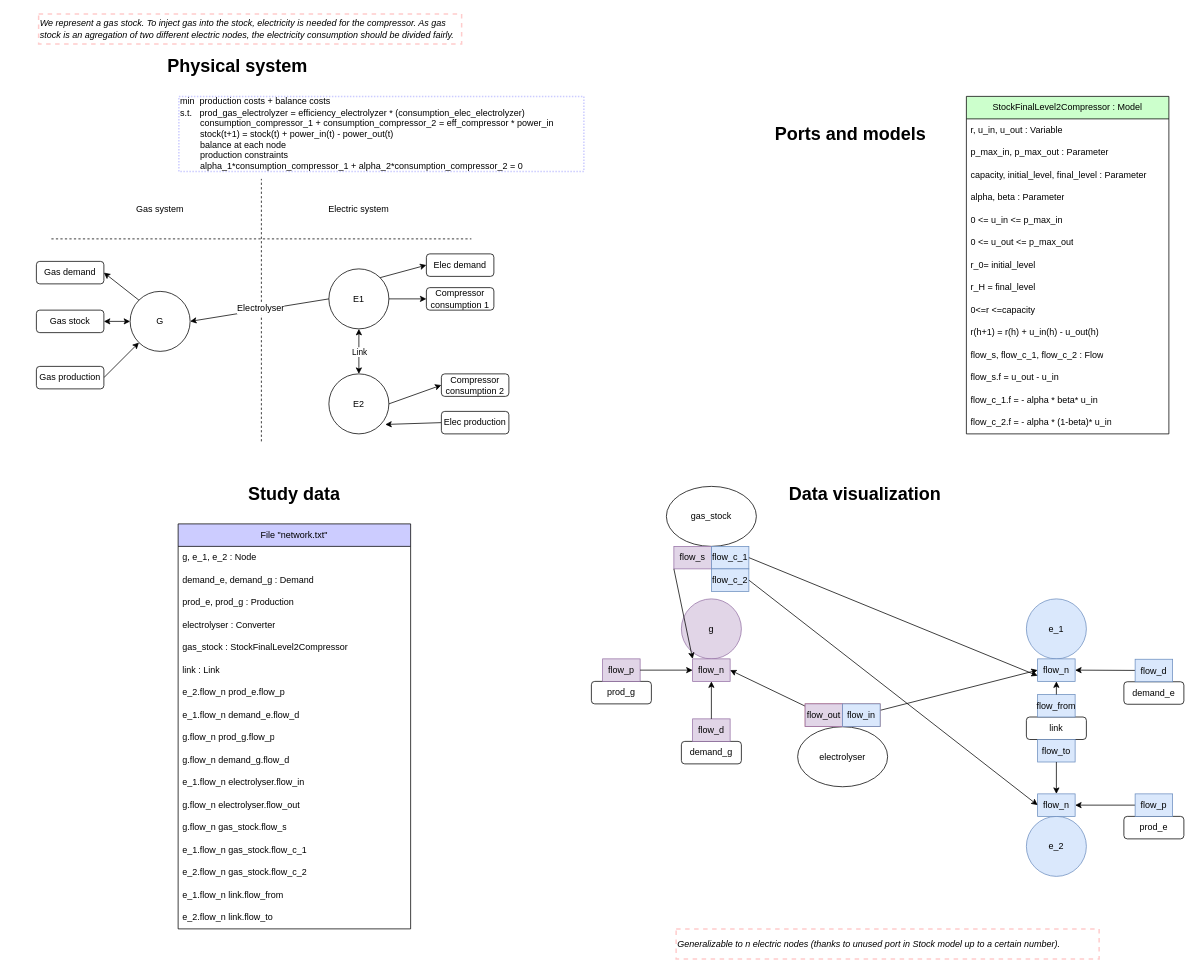
Before: page "unique_model" (5 of 7) of models-design/systems/gas_stock_2_elec_compressor.drawio in AntaresSimulatorTeam/andromede-modeling-prototype, a draw.io diagram. Source tidied: cells renumbered, new cells numbered last; positions are measured from the earlier drawing's top-left corner, leaving out a move shared by most shapes. Both pictures are drawn from the tidied source at 75%, with x=0, y=0 at pixel (13, 14).
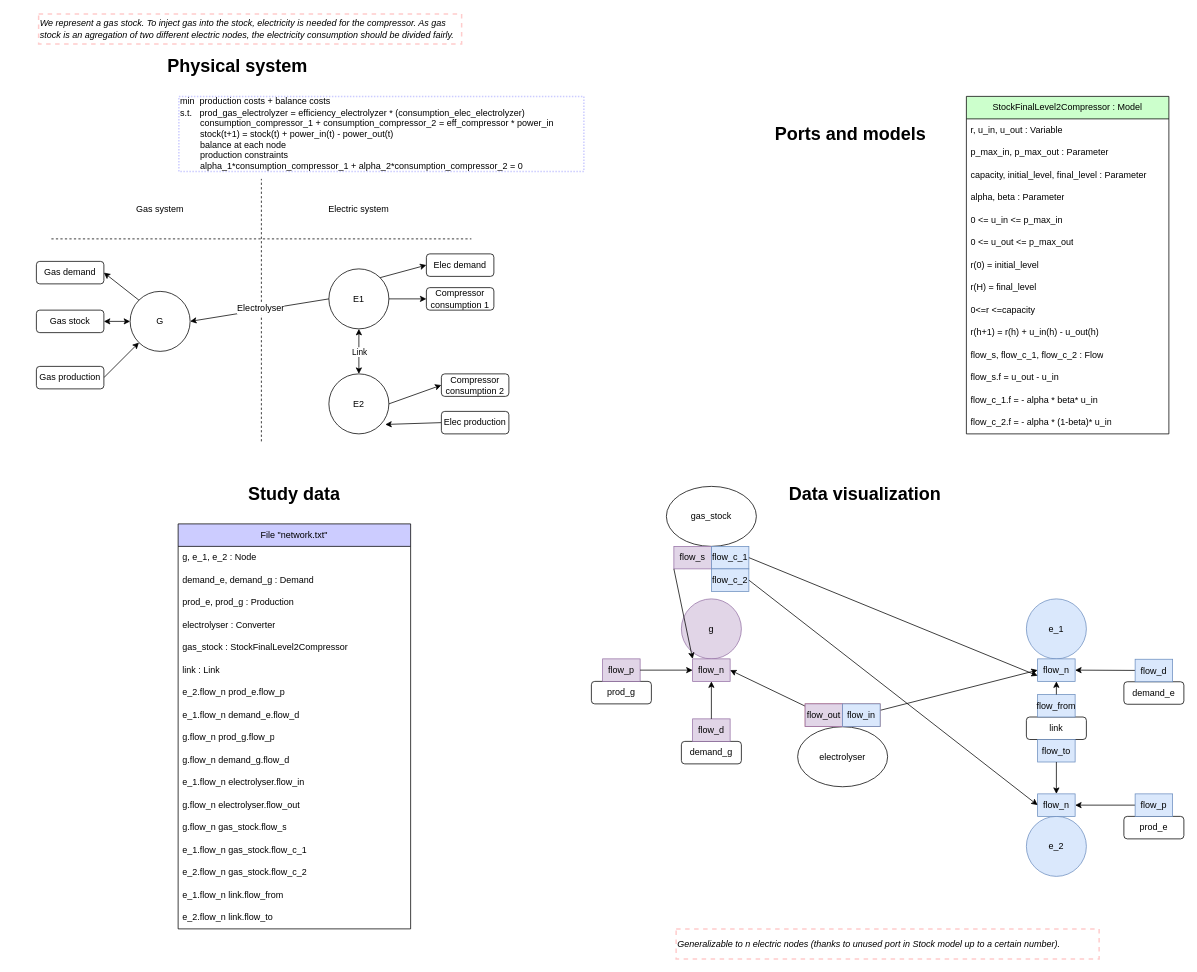
The same page after the edit.

The change refers to these unchanged cells:
```xml
<mxCell id="103" value="StockFinalLevel2Compressor : Model" style="swimlane;fontStyle=0;horizontal=1;startSize=30;whiteSpace=wrap;html=1;fillColor=#CCFFCC;fontColor=#000000;" parent="1" vertex="1">
  <mxGeometry x="1271" y="110" width="270" height="450" as="geometry" />
</mxCell>
```

The edit, as a diff of the source:
```diff
@@
-    <mxCell id="110" value="r_0= initial_level" style="text;strokeColor=none;fillColor=none;align=left;verticalAlign=middle;spacingLeft=4;spacingRight=4;overflow=hidden;whiteSpace=wrap;html=1;" parent="103" vertex="1">
+    <mxCell id="110" value="r(0) = initial_level" style="text;strokeColor=none;fillColor=none;align=left;verticalAlign=middle;spacingLeft=4;spacingRight=4;overflow=hidden;whiteSpace=wrap;html=1;" parent="103" vertex="1">
       <mxGeometry y="210" width="270" height="30" as="geometry" />
     </mxCell>
-    <mxCell id="111" value="r_H = final_level" style="text;strokeColor=none;fillColor=none;align=left;verticalAlign=middle;spacingLeft=4;spacingRight=4;overflow=hidden;whiteSpace=wrap;html=1;" parent="103" vertex="1">
+    <mxCell id="111" value="r(H) = final_level" style="text;strokeColor=none;fillColor=none;align=left;verticalAlign=middle;spacingLeft=4;spacingRight=4;overflow=hidden;whiteSpace=wrap;html=1;" parent="103" vertex="1">
       <mxGeometry y="240" width="270" height="30" as="geometry" />
     </mxCell>
```
